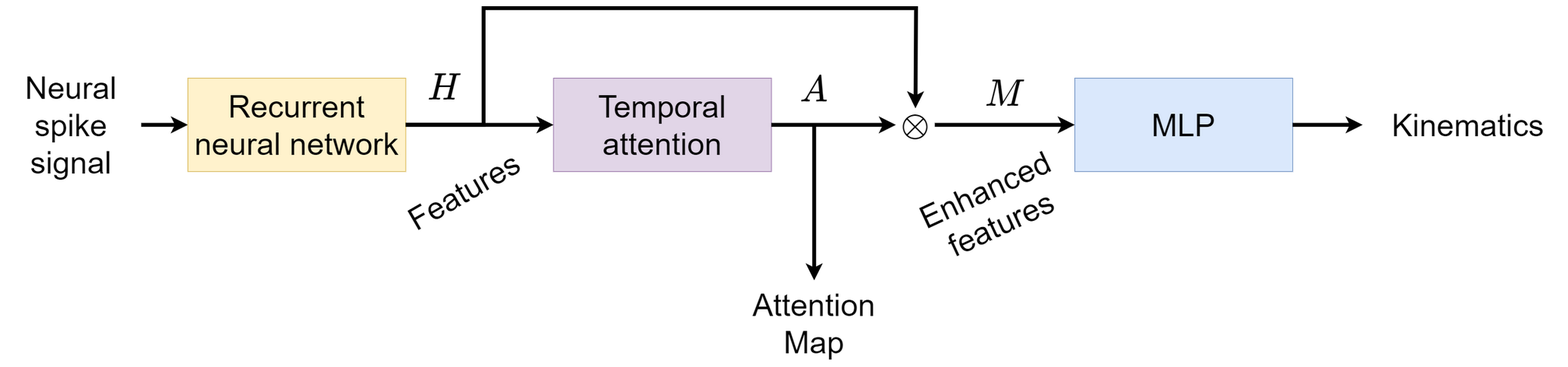
The draw.io diagram Thesis_Wu/Figures/my_pipeline.png in ElektrischesSchaf/Spike_Analysis, before a commit. Source tidied: cells renumbered, new cells last; positions are measured from the earlier drawing's top-left corner, leaving out a move shared by most shapes.
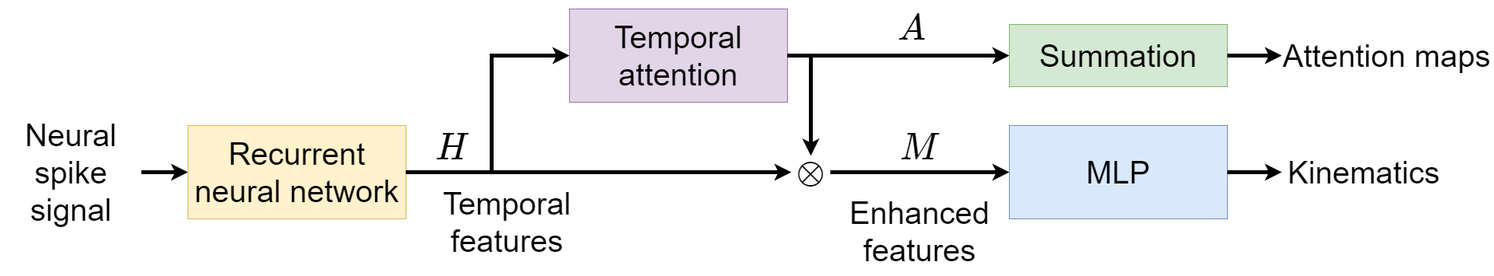
Later version of the same file.

The edit, as a diff of the source:
```diff
@@ -11,61 +11,69 @@
     <mxCell id="4" value="Recurrent neural network" style="rounded=0;whiteSpace=wrap;html=1;fontSize=40;fillColor=#fff2cc;strokeColor=#d6b656;" parent="1" vertex="1">
       <mxGeometry x="240" y="90" width="280" height="120" as="geometry" />
     </mxCell>
-    <mxCell id="5" value="Temporal&lt;br style=&quot;font-size: 40px;&quot;&gt;attention" style="rounded=0;whiteSpace=wrap;html=1;fontSize=40;fillColor=#e1d5e7;strokeColor=#9673a6;" parent="1" vertex="1">
-      <mxGeometry x="710" y="90" width="280" height="120" as="geometry" />
-    </mxCell>
     <mxCell id="6" value="MLP" style="rounded=0;whiteSpace=wrap;html=1;fontSize=40;fillColor=#dae8fc;strokeColor=#6c8ebf;" parent="1" vertex="1">
-      <mxGeometry x="1380" y="90" width="280" height="120" as="geometry" />
+      <mxGeometry x="1295" y="90" width="280" height="120" as="geometry" />
     </mxCell>
-    <mxCell id="7" value="Features" style="text;html=1;strokeColor=none;fillColor=none;align=center;verticalAlign=middle;whiteSpace=wrap;rounded=0;fontSize=40;rotation=-30;" parent="1" vertex="1">
-      <mxGeometry x="490" y="180" width="210" height="110" as="geometry" />
+    <mxCell id="7" value="Temporal features" style="text;html=1;strokeColor=none;fillColor=none;align=center;verticalAlign=middle;whiteSpace=wrap;rounded=0;fontSize=40;rotation=0;" parent="1" vertex="1">
+      <mxGeometry x="530" y="159.4" width="240" height="110" as="geometry" />
     </mxCell>
-    <mxCell id="8" value="Enhanced&lt;br style=&quot;font-size: 40px;&quot;&gt;features" style="text;html=1;strokeColor=none;fillColor=none;align=center;verticalAlign=middle;whiteSpace=wrap;rounded=0;fontSize=40;rotation=-25;" parent="1" vertex="1">
-      <mxGeometry x="1170" y="200" width="210" height="110" as="geometry" />
+    <mxCell id="8" value="Enhanced&lt;br style=&quot;font-size: 40px;&quot;&gt;features" style="text;html=1;strokeColor=none;fillColor=none;align=center;verticalAlign=middle;whiteSpace=wrap;rounded=0;fontSize=40;rotation=0;" parent="1" vertex="1">
+      <mxGeometry x="1075" y="171.2" width="210" height="110" as="geometry" />
     </mxCell>
     <mxCell id="9" value="&amp;nbsp;Kinematics" style="text;html=1;strokeColor=none;fillColor=none;align=center;verticalAlign=middle;whiteSpace=wrap;rounded=0;fontSize=40;" parent="1" vertex="1">
-      <mxGeometry x="1750" y="97.5" width="260" height="105" as="geometry" />
+      <mxGeometry x="1645" y="97.5" width="200" height="105" as="geometry" />
     </mxCell>
-    <mxCell id="10" style="endArrow=classic;html=1;fontSize=40;strokeWidth=5;exitX=1;exitY=0.5;exitDx=0;exitDy=0;rounded=0;" parent="1" edge="1" source="4" target="19">
-      <mxGeometry relative="1" as="geometry">
-        <Array as="points">
-          <mxPoint x="620" y="150" />
-          <mxPoint x="620" />
-          <mxPoint x="1176" />
-        </Array>
-      </mxGeometry>
-    </mxCell>
     <mxCell id="11" value="$$H$$" style="text;html=1;strokeColor=none;fillColor=none;align=center;verticalAlign=middle;whiteSpace=wrap;rounded=0;fontSize=40;rotation=0;" parent="1" vertex="1">
-      <mxGeometry x="520" y="70" width="100" height="65" as="geometry" />
+      <mxGeometry x="530" y="86.3" width="100" height="65" as="geometry" />
     </mxCell>
-    <mxCell id="12" style="endArrow=classic;html=1;fontSize=40;strokeWidth=5;exitX=1;exitY=0.5;exitDx=0;exitDy=0;" parent="1" edge="1" source="4" target="5">
-      <mxGeometry relative="1" as="geometry" />
-    </mxCell>
     <mxCell id="13" value="$$M$$" style="text;html=1;strokeColor=none;fillColor=none;align=center;verticalAlign=middle;whiteSpace=wrap;rounded=0;fontSize=40;rotation=0;" parent="1" vertex="1">
-      <mxGeometry x="1240" y="70" width="100" height="81.2" as="geometry" />
+      <mxGeometry x="1130" y="78.1" width="100" height="81.2" as="geometry" />
     </mxCell>
-    <mxCell id="14" style="endArrow=classic;html=1;fontSize=40;strokeWidth=5;" parent="1" edge="1" target="15">
-      <mxGeometry relative="1" as="geometry">
-        <mxPoint x="1045" y="150" as="sourcePoint" />
-      </mxGeometry>
-    </mxCell>
-    <mxCell id="15" value="Attention Map" style="text;html=1;strokeColor=none;fillColor=none;align=center;verticalAlign=middle;whiteSpace=wrap;rounded=0;fontSize=40;rotation=0;" parent="1" vertex="1">
-      <mxGeometry x="940" y="350" width="210" height="110" as="geometry" />
+    <mxCell id="15" value="Attention maps" style="text;html=1;strokeColor=none;fillColor=none;align=center;verticalAlign=middle;whiteSpace=wrap;rounded=0;fontSize=40;rotation=0;" parent="1" vertex="1">
+      <mxGeometry x="1645" y="-55" width="270" height="110" as="geometry" />
     </mxCell>
     <mxCell id="16" value="$$A$$" style="text;html=1;strokeColor=none;fillColor=none;align=center;verticalAlign=middle;whiteSpace=wrap;rounded=0;fontSize=40;rotation=0;" parent="1" vertex="1">
-      <mxGeometry x="975" y="70" width="140" height="70" as="geometry" />
+      <mxGeometry x="1100" y="-70" width="140" height="70" as="geometry" />
     </mxCell>
     <mxCell id="17" style="endArrow=classic;html=1;fontSize=40;strokeWidth=5;exitX=1;exitY=0.5;exitDx=0;exitDy=0;" parent="1" edge="1" source="6" target="9">
       <mxGeometry relative="1" as="geometry" />
     </mxCell>
-    <mxCell id="18" style="endArrow=classic;html=1;fontSize=40;strokeWidth=5;exitX=1;exitY=0.5;exitDx=0;exitDy=0;" parent="1" edge="1" source="5" target="19">
-      <mxGeometry relative="1" as="geometry" />
-    </mxCell>
     <mxCell id="19" value="$$\otimes$$" style="text;html=1;strokeColor=none;fillColor=none;align=center;verticalAlign=middle;whiteSpace=wrap;rounded=0;fontSize=40;rotation=0;" parent="1" vertex="1">
-      <mxGeometry x="1150" y="128.8" width="50" height="42.5" as="geometry" />
+      <mxGeometry x="1015" y="128.8" width="50" height="42.5" as="geometry" />
     </mxCell>
     <mxCell id="20" style="endArrow=classic;html=1;fontSize=40;strokeWidth=5;exitX=1;exitY=0.5;exitDx=0;exitDy=0;" parent="1" edge="1" source="19" target="6">
       <mxGeometry relative="1" as="geometry" />
     </mxCell>
+    <mxCell id="21" value="Summation" style="rounded=0;whiteSpace=wrap;html=1;fontSize=40;fillColor=#d5e8d4;strokeColor=#82b366;" parent="1" vertex="1">
+      <mxGeometry x="1295" y="-40" width="280" height="80" as="geometry" />
+    </mxCell>
+    <mxCell id="5" value="Temporal&lt;br style=&quot;font-size: 40px;&quot;&gt;attention" style="rounded=0;whiteSpace=wrap;html=1;fontSize=40;fillColor=#e1d5e7;strokeColor=#9673a6;" parent="1" vertex="1">
+      <mxGeometry x="730" y="-60" width="280" height="120" as="geometry" />
+    </mxCell>
+    <mxCell id="12" style="endArrow=classic;html=1;fontSize=40;strokeWidth=5;exitX=1;exitY=0.5;exitDx=0;exitDy=0;rounded=0;" parent="1" edge="1" source="4" target="5">
+      <mxGeometry relative="1" as="geometry">
+        <Array as="points">
+          <mxPoint x="630" y="150" />
+          <mxPoint x="630" />
+        </Array>
+      </mxGeometry>
+    </mxCell>
+    <mxCell id="10" style="endArrow=classic;html=1;fontSize=40;strokeWidth=5;exitX=1;exitY=0.5;exitDx=0;exitDy=0;" parent="1" edge="1" source="4" target="19">
+      <mxGeometry relative="1" as="geometry" />
+    </mxCell>
+    <mxCell id="22" style="endArrow=classic;html=1;fontSize=40;strokeWidth=5;jumpStyle=gap;entryX=0.5;entryY=0;entryDx=0;entryDy=0;rounded=0;" parent="1" edge="1" target="19">
+      <mxGeometry relative="1" as="geometry">
+        <mxPoint x="1010" as="sourcePoint" />
+        <Array as="points">
+          <mxPoint x="1040" />
+        </Array>
+      </mxGeometry>
+    </mxCell>
+    <mxCell id="23" style="endArrow=classic;html=1;fontSize=40;strokeWidth=5;" parent="1" edge="1" source="5" target="21">
+      <mxGeometry relative="1" as="geometry" />
+    </mxCell>
+    <mxCell id="24" style="endArrow=classic;html=1;fontSize=40;strokeWidth=5;exitX=1;exitY=0.5;exitDx=0;exitDy=0;" parent="1" edge="1" source="21" target="15">
+      <mxGeometry relative="1" as="geometry" />
+    </mxCell>
   </root>
 </mxGraphModel>
```
